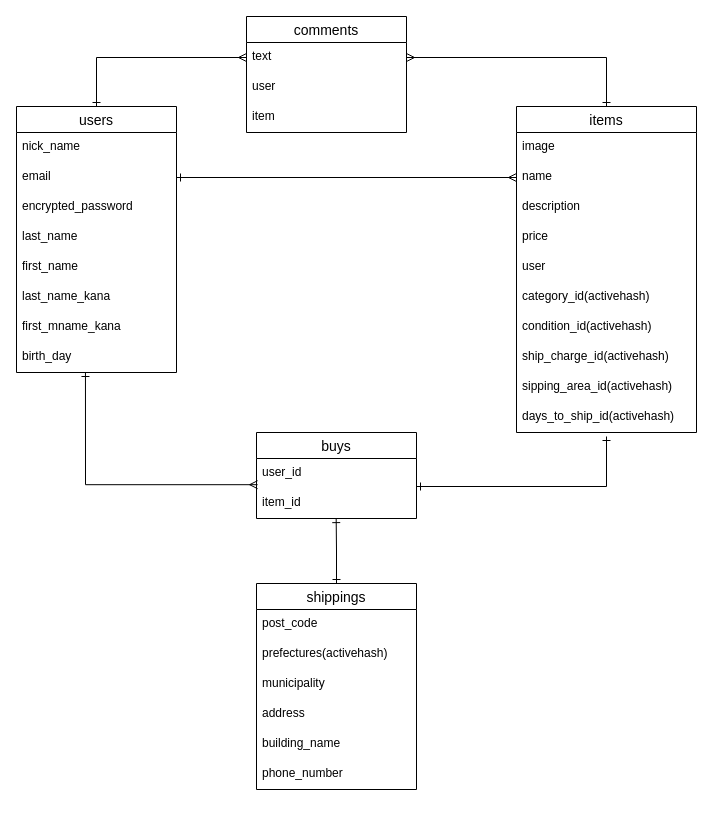
This is page "ページ1" (1 of 2) of ER.dio from Kazuki3dayo/furima-31103, a draw.io file, before an edit. Source tidied: cells renumbered, new cells numbered last; positions are measured from the earlier drawing's top-left corner, leaving out a move shared by most shapes. Both pictures are drawn from the tidied source at 100%, with x=0, y=0 at pixel (16, 16).
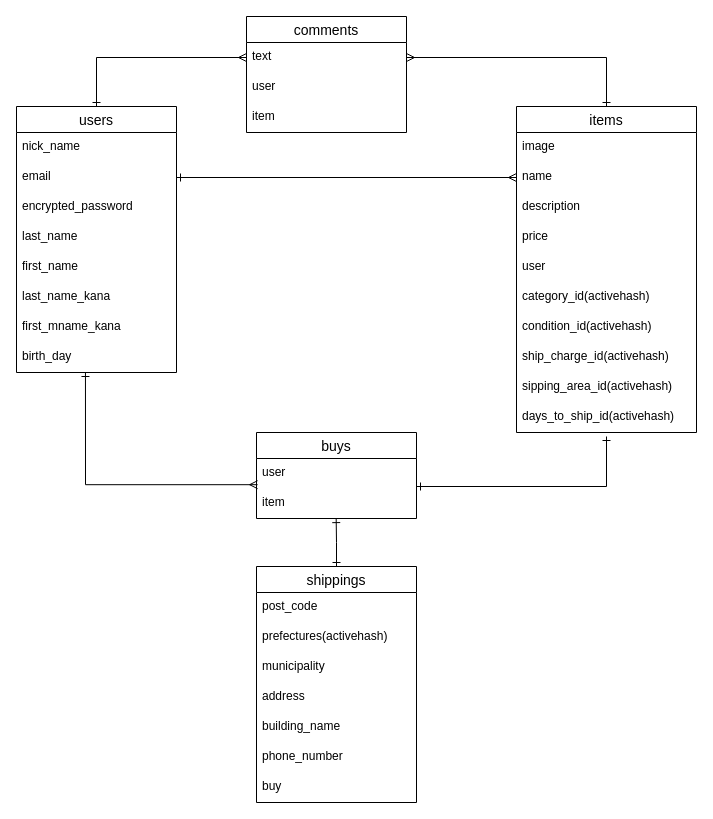
The same page after the edit.

Commit message (it also covers changes not shown here):
ER図、README修正_2

The change refers to these unchanged cells:
```xml
<mxCell id="27" value="buys" style="swimlane;fontStyle=0;horizontal=1;startSize=26;align=center;fontSize=14;" parent="1" vertex="1">
  <mxGeometry x="240" y="416" width="160" height="86" as="geometry" />
</mxCell>
```

The edit, as a diff of the source:
```diff
@@
-    <mxCell id="28" value="user_id" style="text;strokeColor=none;fillColor=none;spacingLeft=4;spacingRight=4;overflow=hidden;points=[[0,0.5],[1,0.5]];portConstraint=eastwest;fontSize=12;" parent="27" vertex="1">
+    <mxCell id="28" value="user" style="text;strokeColor=none;fillColor=none;spacingLeft=4;spacingRight=4;overflow=hidden;points=[[0,0.5],[1,0.5]];portConstraint=eastwest;fontSize=12;" parent="27" vertex="1">
       <mxGeometry y="26" width="160" height="30" as="geometry" />
     </mxCell>
-    <mxCell id="29" value="item_id" style="text;strokeColor=none;fillColor=none;spacingLeft=4;spacingRight=4;overflow=hidden;points=[[0,0.5],[1,0.5]];portConstraint=eastwest;fontSize=12;" parent="27" vertex="1">
+    <mxCell id="29" value="item" style="text;strokeColor=none;fillColor=none;spacingLeft=4;spacingRight=4;overflow=hidden;points=[[0,0.5],[1,0.5]];portConstraint=eastwest;fontSize=12;" parent="27" vertex="1">
       <mxGeometry y="56" width="160" height="30" as="geometry" />
     </mxCell>
@@
     <mxCell id="35" value="shippings" style="swimlane;fontStyle=0;horizontal=1;startSize=26;align=center;fontSize=14;" parent="1" vertex="1">
-      <mxGeometry x="240" y="567" width="160" height="206" as="geometry" />
+      <mxGeometry x="240" y="550" width="160" height="236" as="geometry" />
     </mxCell>
@@
+    <mxCell id="42" value="buy" style="text;strokeColor=none;fillColor=none;spacingLeft=4;spacingRight=4;overflow=hidden;fontSize=12;" parent="35" vertex="1">
+      <mxGeometry y="206" width="160" height="30" as="geometry" />
+    </mxCell>
```
